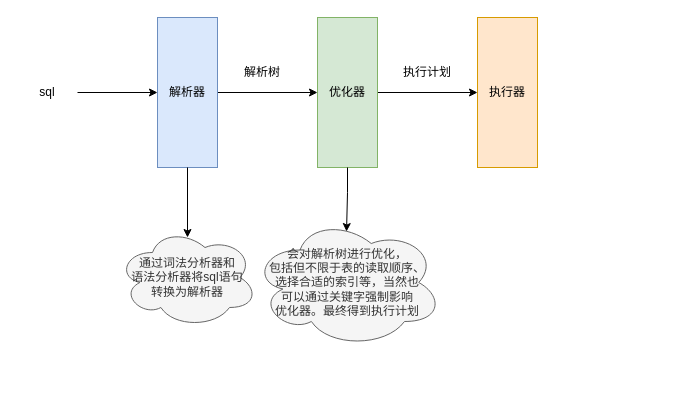
buxiangchixiangcai/draw keeps this draw.io diagram as MySQL优化器和执行器.drawio. Above is the earlier version. Source tidied: cells renumbered, new cells numbered last; positions are measured from the earlier drawing's top-left corner, leaving out a move shared by most shapes. Both pictures are drawn from the tidied source at 100%, with x=0, y=0 at pixel (17, 17).
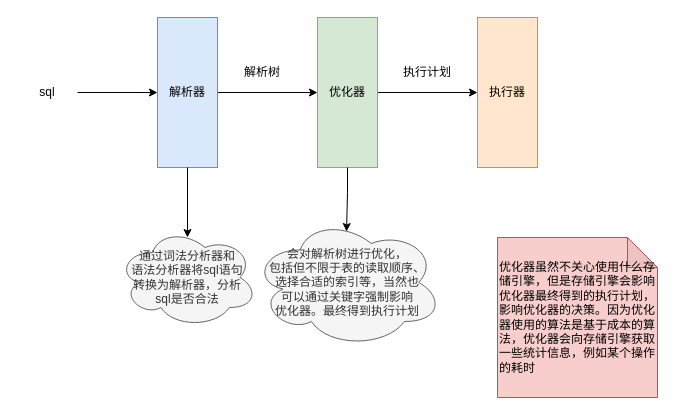
The same diagram, later.

Commit message (it also covers changes not shown here):
更新MySQL优化器和执行器.drawio

The edit, as a diff of the source:
```diff
@@
 <mxGraphModel>
   <root>
     <mxCell id="0" />
     <mxCell id="1" parent="0" />
     <mxCell id="2" style="edgeStyle=orthogonalEdgeStyle;rounded=0;jettySize=auto;html=1;exitX=1;exitY=0.5;exitDx=0;exitDy=0;entryX=0;entryY=0.5;entryDx=0;entryDy=0;" parent="1" edge="1" source="3" target="5">
       <mxGeometry relative="1" as="geometry" />
     </mxCell>
     <mxCell id="3" value="&lt;div&gt;&lt;br&gt;&lt;/div&gt;解析器&lt;div&gt;&lt;br&gt;&lt;/div&gt;" style="rounded=0;whiteSpace=wrap;html=1;fillColor=#dae8fc;strokeColor=#6c8ebf;" parent="1" vertex="1">
       <mxGeometry x="140" width="60" height="150" as="geometry" />
     </mxCell>
     <mxCell id="4" style="edgeStyle=orthogonalEdgeStyle;rounded=0;jettySize=auto;html=1;" parent="1" edge="1" source="5" target="8">
       <mxGeometry relative="1" as="geometry" />
     </mxCell>
     <mxCell id="5" value="优化器" style="rounded=0;whiteSpace=wrap;html=1;fillColor=#d5e8d4;strokeColor=#82b366;" parent="1" vertex="1">
       <mxGeometry x="300" width="60" height="150" as="geometry" />
     </mxCell>
     <mxCell id="6" style="edgeStyle=orthogonalEdgeStyle;rounded=0;jettySize=auto;html=1;entryX=0;entryY=0.5;entryDx=0;entryDy=0;" parent="1" edge="1" source="7" target="3">
       <mxGeometry relative="1" as="geometry" />
     </mxCell>
     <mxCell id="7" value="sql" style="text;html=1;align=center;verticalAlign=middle;whiteSpace=wrap;rounded=0;" parent="1" vertex="1">
       <mxGeometry y="60" width="60" height="30" as="geometry" />
     </mxCell>
     <mxCell id="8" value="执行器" style="rounded=0;whiteSpace=wrap;html=1;fillColor=#ffe6cc;strokeColor=#d79b00;" parent="1" vertex="1">
       <mxGeometry x="460" width="60" height="150" as="geometry" />
     </mxCell>
     <mxCell id="9" value="解析树" style="text;html=1;align=center;verticalAlign=middle;whiteSpace=wrap;rounded=0;" parent="1" vertex="1">
       <mxGeometry x="210" y="30" width="70" height="50" as="geometry" />
     </mxCell>
     <mxCell id="10" value="执行计划" style="text;html=1;align=center;verticalAlign=middle;whiteSpace=wrap;rounded=0;" parent="1" vertex="1">
       <mxGeometry x="380" y="40" width="60" height="30" as="geometry" />
     </mxCell>
-    <mxCell id="11" value="通过词法分析器和&lt;div&gt;语法分析器将sql语句&lt;/div&gt;&lt;div&gt;转换为解析器&lt;/div&gt;" style="ellipse;shape=cloud;whiteSpace=wrap;html=1;fillColor=#f5f5f5;fontColor=#333333;strokeColor=#666666;" parent="1" vertex="1">
+    <mxCell id="11" value="通过词法分析器和&lt;div&gt;语法分析器将sql语句&lt;/div&gt;&lt;div&gt;转换为解析器，分析&lt;/div&gt;&lt;div&gt;sql是否合法&lt;/div&gt;" style="ellipse;shape=cloud;whiteSpace=wrap;html=1;fillColor=#f5f5f5;fontColor=#333333;strokeColor=#666666;" parent="1" vertex="1">
       <mxGeometry x="100" y="210" width="140" height="100" as="geometry" />
     </mxCell>
     <mxCell id="12" style="edgeStyle=orthogonalEdgeStyle;rounded=0;jettySize=auto;html=1;entryX=0.5;entryY=0.1;entryDx=0;entryDy=0;entryPerimeter=0;" parent="1" edge="1" source="3" target="11">
       <mxGeometry relative="1" as="geometry" />
     </mxCell>
     <mxCell id="13" value="会对解析树进行优化，&lt;div&gt;包括但不限于表的读取顺序、&lt;/div&gt;&lt;div&gt;选择合适的索引等，当然也&lt;/div&gt;&lt;div&gt;可以通过关键字强制影响&lt;/div&gt;&lt;div&gt;优化器。最终得到执行计划&lt;/div&gt;" style="ellipse;shape=cloud;whiteSpace=wrap;html=1;fillColor=#f5f5f5;fontColor=#333333;strokeColor=#666666;" parent="1" vertex="1">
       <mxGeometry x="235" y="200" width="190" height="130" as="geometry" />
     </mxCell>
     <mxCell id="14" style="edgeStyle=orthogonalEdgeStyle;rounded=0;jettySize=auto;html=1;entryX=0.495;entryY=0.108;entryDx=0;entryDy=0;entryPerimeter=0;" parent="1" edge="1" source="5" target="13">
       <mxGeometry relative="1" as="geometry" />
     </mxCell>
+    <mxCell id="15" value="优化器虽然不关心使用什么存储引擎，但是存储引擎会影响优化器最终得到的执行计划，影响优化器的决策。因为优化器使用的算法是基于成本的算法，优化器会向存储引擎获取一些统计信息，例如某个操作的耗时" style="shape=note;whiteSpace=wrap;html=1;backgroundOutline=1;darkOpacity=0.05;align=left;fillColor=#f8cecc;strokeColor=#b85450;" parent="1" vertex="1">
+      <mxGeometry x="480" y="220" width="160" height="160" as="geometry" />
+    </mxCell>
   </root>
 </mxGraphModel>
```
